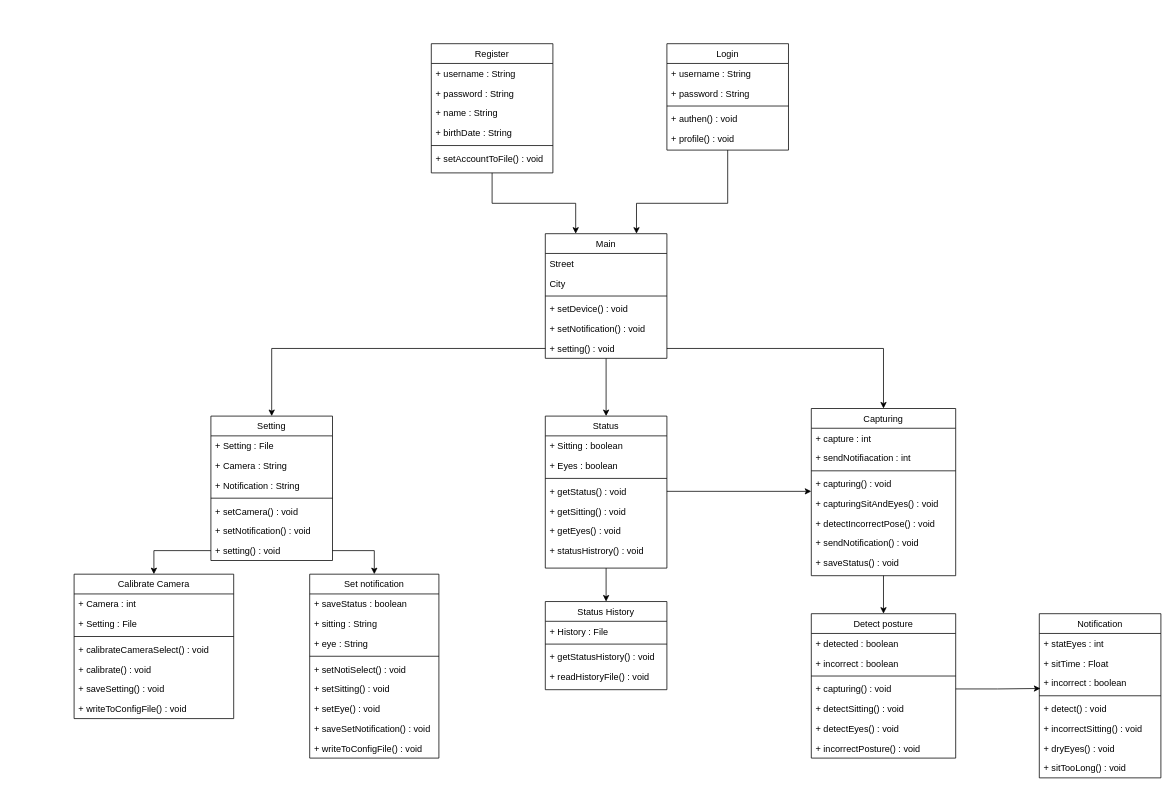
astrrr/Right-posture keeps this draw.io diagram as Design/Class_Diagram.drawio. Above is the earlier version. Source tidied: cells renumbered, new cells numbered last; positions are measured from the earlier drawing's top-left corner, leaving out a move shared by most shapes. Both pictures are drawn from the tidied source at 76%, with x=0, y=0 at pixel (74, 43).
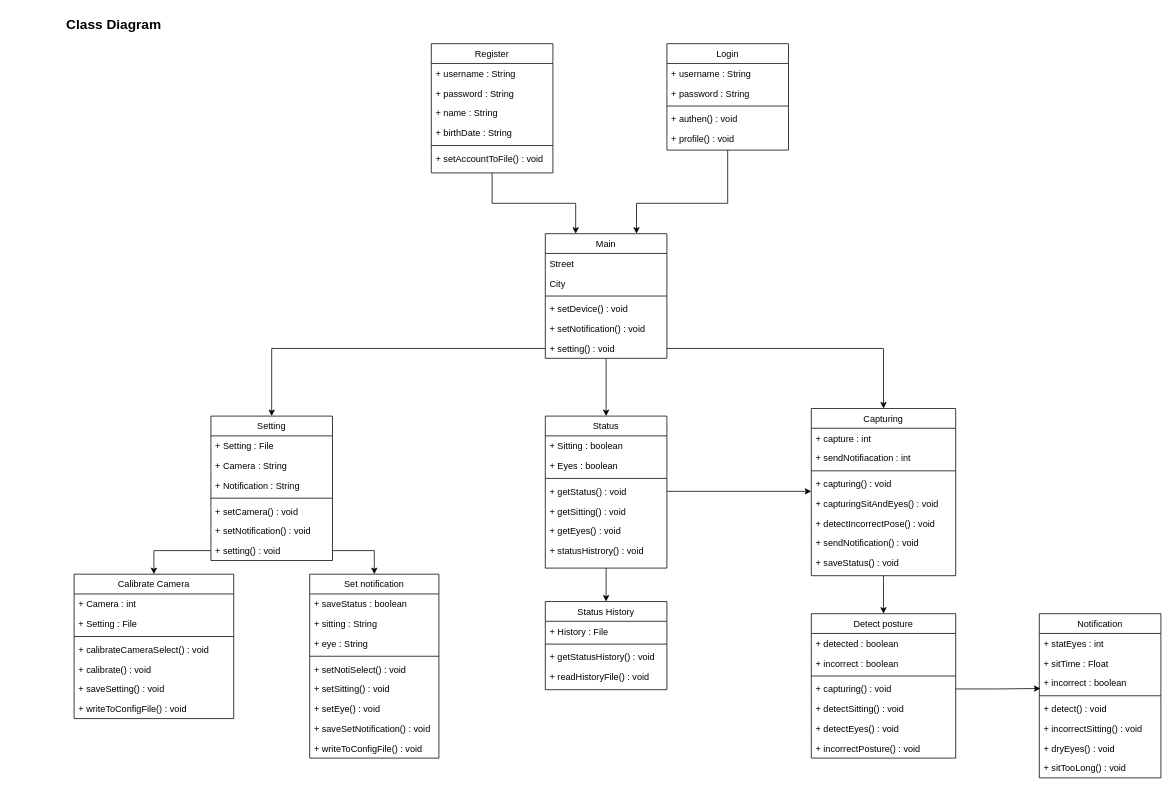
The same diagram, later.

Diff of the diagram source:
```diff
@@
+    <mxCell id="98" value="Class Diagram&amp;nbsp;" style="text;html=1;strokeColor=none;fillColor=none;align=center;verticalAlign=middle;whiteSpace=wrap;rounded=0;fontSize=18;fontStyle=1;" parent="1" vertex="1">
+      <mxGeometry x="-80" y="-40" width="270" height="30" as="geometry" />
+    </mxCell>
```
